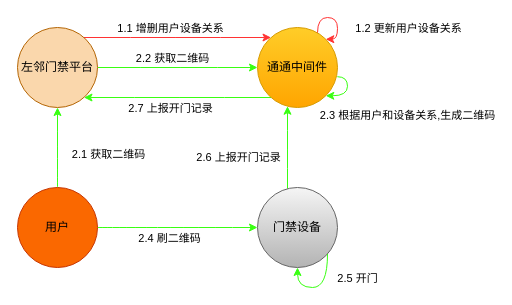
The draw.io diagram page "第 3 页" (3 of 3) of 门禁.drawio in 63isOK/conference_graph, before the edit. Source tidied: cells renumbered, new cells numbered last; positions are measured from the earlier drawing's top-left corner, leaving out a move shared by most shapes. Both pictures are drawn from the tidied source at 100%, with x=0, y=0 at pixel (17, 17).
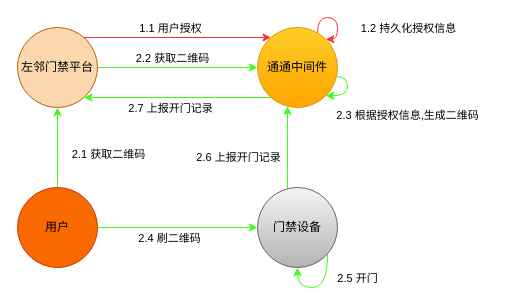
The same diagram, later.

Unchanged cells that the change refers to:
```xml
<mxCell id="2" style="edgeStyle=orthogonalEdgeStyle;curved=1;rounded=1;orthogonalLoop=1;jettySize=auto;html=1;startArrow=none;startFill=0;entryX=1;entryY=0;entryDx=0;entryDy=0;strokeColor=#FF3333;" parent="1" edge="1" source="6" target="6">
  <mxGeometry relative="1" as="geometry">
    <Array as="points">
      <mxPoint x="300" />
      <mxPoint x="320" />
      <mxPoint x="320" y="22" />
    </Array>
  </mxGeometry>
</mxCell>
<mxCell id="15" style="edgeStyle=orthogonalEdgeStyle;curved=1;rounded=1;jettySize=auto;html=1;startArrow=none;startFill=0;strokeColor=#FF3333;" parent="1" edge="1" source="19" target="6">
  <mxGeometry relative="1" as="geometry">
    <Array as="points">
      <mxPoint x="160" y="20" />
      <mxPoint x="160" y="20" />
    </Array>
  </mxGeometry>
</mxCell>
<mxCell id="20" style="edgeStyle=orthogonalEdgeStyle;curved=1;rounded=1;orthogonalLoop=1;jettySize=auto;html=1;entryX=1;entryY=1;entryDx=0;entryDy=0;startArrow=none;startFill=0;exitX=0.998;exitY=0.615;exitDx=0;exitDy=0;exitPerimeter=0;strokeColor=#39FF12;" parent="1" edge="1" source="6" target="6">
  <mxGeometry relative="1" as="geometry">
    <Array as="points">
      <mxPoint x="330" y="59" />
      <mxPoint x="330" y="78" />
    </Array>
  </mxGeometry>
</mxCell>
```

Diff of the diagram source:
```diff
@@
-    <mxCell id="3" value="1.2 更新用户设备关系" style="edgeLabel;html=1;align=center;verticalAlign=middle;" parent="2" vertex="1">
+    <mxCell id="3" value="1.2 持久化授权信息" style="edgeLabel;html=1;align=center;verticalAlign=middle;" parent="2" vertex="1">
       <mxGeometry x="-0.39" y="-4" relative="1" as="geometry">
         <mxPoint x="85" y="6" as="offset" />
       </mxGeometry>
     </mxCell>
@@
-    <mxCell id="16" value="1.1 增删用户设备关系" style="edgeLabel;html=1;align=center;verticalAlign=middle;" parent="15" vertex="1">
+    <mxCell id="16" value="1.1 用户授权" style="edgeLabel;html=1;align=center;verticalAlign=middle;" parent="15" vertex="1">
       <mxGeometry x="0.2" y="-1" relative="1" as="geometry">
         <mxPoint x="-26" y="-11" as="offset" />
       </mxGeometry>
     </mxCell>
@@
-    <mxCell id="21" value="2.3 根据用户和设备关系,生成二维码" style="edgeLabel;html=1;align=center;verticalAlign=middle;" parent="20" vertex="1">
+    <mxCell id="21" value="2.3 根据授权信息,生成二维码" style="edgeLabel;html=1;align=center;verticalAlign=middle;" parent="20" vertex="1">
       <mxGeometry x="0.22" y="-1" relative="1" as="geometry">
         <mxPoint x="61" y="20" as="offset" />
       </mxGeometry>
     </mxCell>
```
